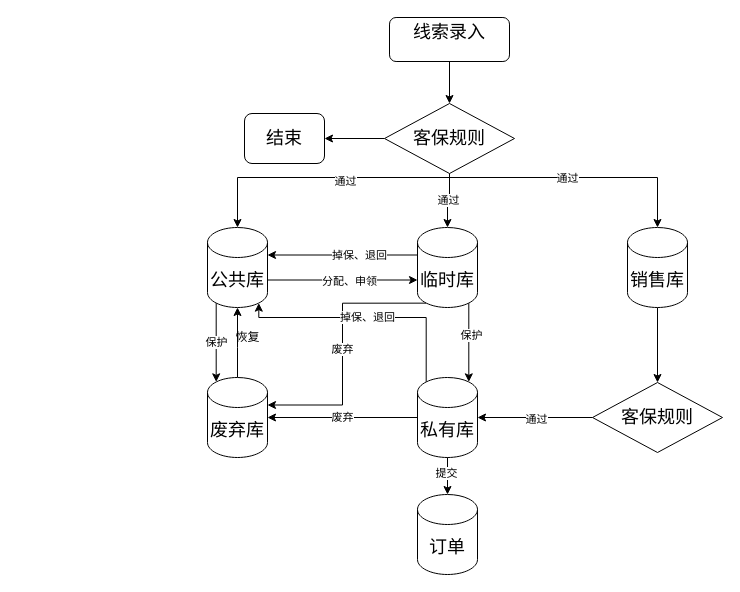
This is 未命名绘图.drawio from lllding/2014ccf_contest, a draw.io file, before an edit. Source tidied: cells renumbered, new cells numbered last; positions are measured from the earlier drawing's top-left corner, leaving out a move shared by most shapes. Both pictures are drawn from the tidied source at 100%, with x=0, y=0 at pixel (207, 17).
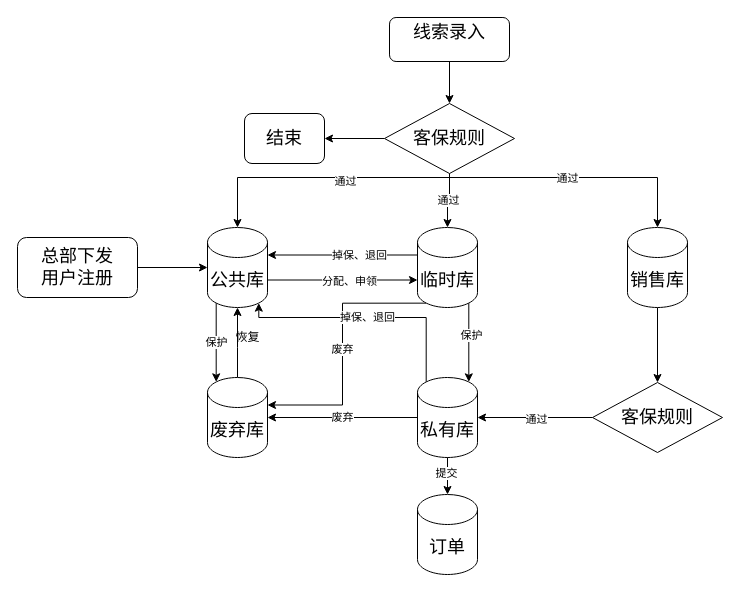
Above is the later version.

Commit message:
更新未命名绘图.drawio

The change refers to these unchanged cells:
```xml
<mxCell id="22" value="&lt;font style=&quot;font-size: 18px&quot;&gt;公共库&lt;/font&gt;" style="shape=cylinder3;whiteSpace=wrap;html=1;boundedLbl=1;backgroundOutline=1;size=15;" parent="1" vertex="1">
  <mxGeometry y="210" width="60" height="80" as="geometry" />
</mxCell>
```

What changed in the source:
```diff
@@
+    <mxCell id="36" style="edgeStyle=orthogonalEdgeStyle;rounded=0;jettySize=auto;html=1;exitX=1;exitY=0.5;exitDx=0;exitDy=0;entryX=0;entryY=0.5;entryDx=0;entryDy=0;entryPerimeter=0;" parent="1" edge="1" source="37" target="22">
+      <mxGeometry relative="1" as="geometry" />
+    </mxCell>
+    <mxCell id="37" value="&lt;font style=&quot;font-size: 18px&quot;&gt;总部下发&lt;br&gt;用户注册&lt;/font&gt;" style="rounded=1;whiteSpace=wrap;html=1;" parent="1" vertex="1">
+      <mxGeometry x="-190" y="220" width="120" height="60" as="geometry" />
+    </mxCell>
```
